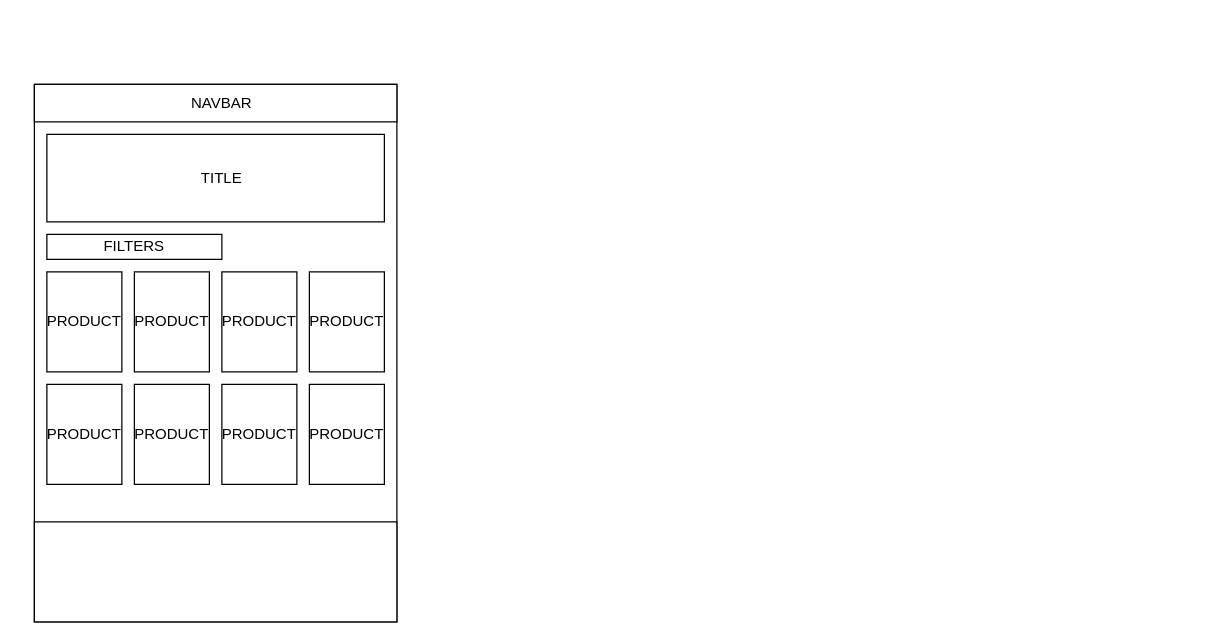
This is mockup/mockup.drawio from Joshua-is-the-best-at-DTE/JoshuaAssesment2026, a draw.io file, before an edit. Source tidied: cells renumbered, new cells numbered last; positions are measured from the earlier drawing's top-left corner, leaving out a move shared by most shapes. Both pictures are drawn from the tidied source at 125%, with x=0, y=0 at pixel (34, 84).
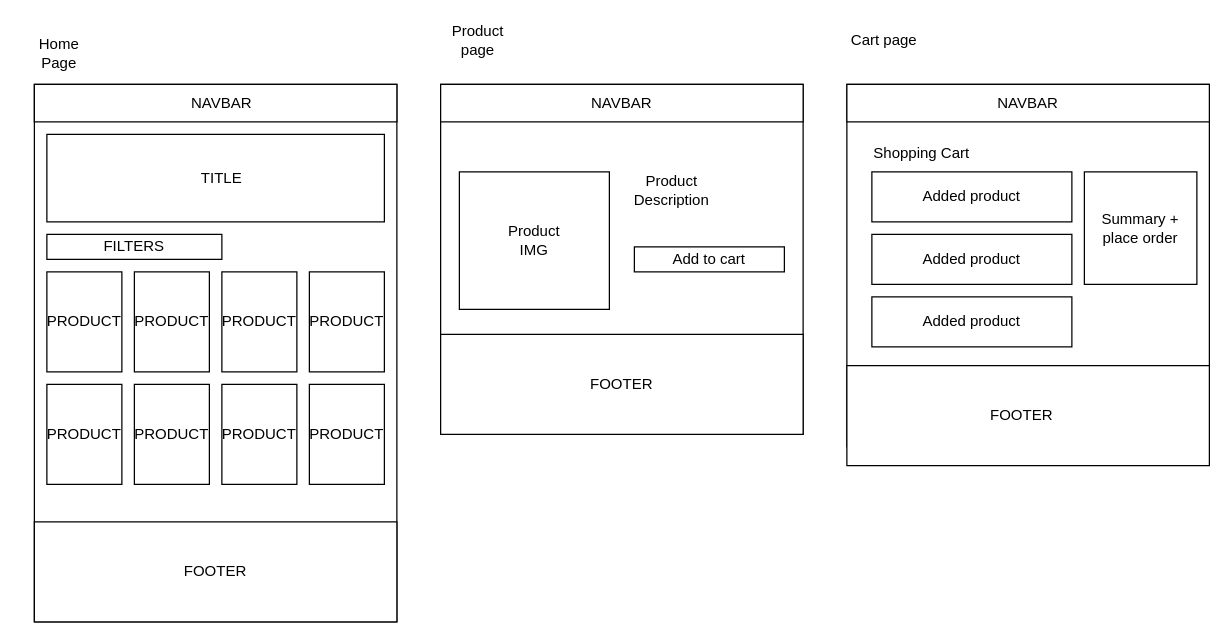
The same page after the edit.

Commit message (it also covers changes not shown here):
finished majority of the html for the home page

Diff of the diagram source:
```diff
@@
+    <mxCell id="26" value="FOOTER" style="text;html=1;align=center;verticalAlign=middle;whiteSpace=wrap;rounded=0;" parent="1" vertex="1">
+      <mxGeometry x="115" y="375" width="60" height="30" as="geometry" />
+    </mxCell>
+    <mxCell id="27" style="rounded=0;whiteSpace=wrap;html=1;" parent="1" vertex="1">
+      <mxGeometry x="325" width="290" height="280" as="geometry" />
+    </mxCell>
+    <mxCell id="28" style="rounded=0;whiteSpace=wrap;html=1;" parent="1" vertex="1">
+      <mxGeometry x="325" width="290" height="30" as="geometry" />
+    </mxCell>
+    <mxCell id="29" value="NAVBAR" style="text;html=1;align=center;verticalAlign=middle;whiteSpace=wrap;rounded=0;" parent="1" vertex="1">
+      <mxGeometry x="440" width="60" height="30" as="geometry" />
+    </mxCell>
+    <mxCell id="30" style="rounded=0;whiteSpace=wrap;html=1;" parent="1" vertex="1">
+      <mxGeometry x="340" y="70" width="120" height="110" as="geometry" />
+    </mxCell>
+    <mxCell id="31" value="Product IMG" style="text;html=1;align=center;verticalAlign=middle;whiteSpace=wrap;rounded=0;" parent="1" vertex="1">
+      <mxGeometry x="370" y="110" width="60" height="30" as="geometry" />
+    </mxCell>
+    <mxCell id="32" value="Product&lt;div&gt;Description&lt;/div&gt;" style="text;html=1;align=center;verticalAlign=middle;whiteSpace=wrap;rounded=0;" parent="1" vertex="1">
+      <mxGeometry x="480" y="70" width="60" height="30" as="geometry" />
+    </mxCell>
+    <mxCell id="33" value="Add to cart" style="rounded=0;whiteSpace=wrap;html=1;" parent="1" vertex="1">
+      <mxGeometry x="480" y="130" width="120" height="20" as="geometry" />
+    </mxCell>
+    <mxCell id="34" style="rounded=0;whiteSpace=wrap;html=1;" parent="1" vertex="1">
+      <mxGeometry x="325" y="200" width="290" height="80" as="geometry" />
+    </mxCell>
+    <mxCell id="35" value="FOOTER" style="text;html=1;align=center;verticalAlign=middle;whiteSpace=wrap;rounded=0;" parent="1" vertex="1">
+      <mxGeometry x="440" y="225" width="60" height="30" as="geometry" />
+    </mxCell>
+    <mxCell id="36" style="rounded=0;whiteSpace=wrap;html=1;" parent="1" vertex="1">
+      <mxGeometry x="650" width="290" height="290" as="geometry" />
+    </mxCell>
+    <mxCell id="37" style="rounded=0;whiteSpace=wrap;html=1;" parent="1" vertex="1">
+      <mxGeometry x="650" width="290" height="30" as="geometry" />
+    </mxCell>
+    <mxCell id="38" value="NAVBAR" style="text;html=1;align=center;verticalAlign=middle;whiteSpace=wrap;rounded=0;" parent="1" vertex="1">
+      <mxGeometry x="765" width="60" height="30" as="geometry" />
+    </mxCell>
+    <mxCell id="39" value="Shopping Cart" style="text;html=1;align=center;verticalAlign=middle;whiteSpace=wrap;rounded=0;" parent="1" vertex="1">
+      <mxGeometry x="660" y="40" width="100" height="30" as="geometry" />
+    </mxCell>
+    <mxCell id="40" value="Added product" style="rounded=0;whiteSpace=wrap;html=1;" parent="1" vertex="1">
+      <mxGeometry x="670" y="70" width="160" height="40" as="geometry" />
+    </mxCell>
+    <mxCell id="41" value="Summary + place order" style="rounded=0;whiteSpace=wrap;html=1;" parent="1" vertex="1">
+      <mxGeometry x="840" y="70" width="90" height="90" as="geometry" />
+    </mxCell>
+    <mxCell id="42" value="Added product" style="rounded=0;whiteSpace=wrap;html=1;" parent="1" vertex="1">
+      <mxGeometry x="670" y="120" width="160" height="40" as="geometry" />
+    </mxCell>
+    <mxCell id="43" value="Added product" style="rounded=0;whiteSpace=wrap;html=1;" parent="1" vertex="1">
+      <mxGeometry x="670" y="170" width="160" height="40" as="geometry" />
+    </mxCell>
+    <mxCell id="44" style="rounded=0;whiteSpace=wrap;html=1;" parent="1" vertex="1">
+      <mxGeometry x="650" y="225" width="290" height="80" as="geometry" />
+    </mxCell>
+    <mxCell id="45" value="FOOTER" style="text;html=1;align=center;verticalAlign=middle;whiteSpace=wrap;rounded=0;" parent="1" vertex="1">
+      <mxGeometry x="760" y="250" width="60" height="30" as="geometry" />
+    </mxCell>
+    <mxCell id="46" value="Home Page" style="text;html=1;align=center;verticalAlign=middle;whiteSpace=wrap;rounded=0;" parent="1" vertex="1">
+      <mxGeometry x="-10" y="-40" width="60" height="30" as="geometry" />
+    </mxCell>
+    <mxCell id="47" value="Product page" style="text;html=1;align=center;verticalAlign=middle;whiteSpace=wrap;rounded=0;" parent="1" vertex="1">
+      <mxGeometry x="325" y="-50" width="60" height="30" as="geometry" />
+    </mxCell>
+    <mxCell id="48" value="Cart page" style="text;html=1;align=center;verticalAlign=middle;whiteSpace=wrap;rounded=0;" parent="1" vertex="1">
+      <mxGeometry x="650" y="-50" width="60" height="30" as="geometry" />
+    </mxCell>
```
